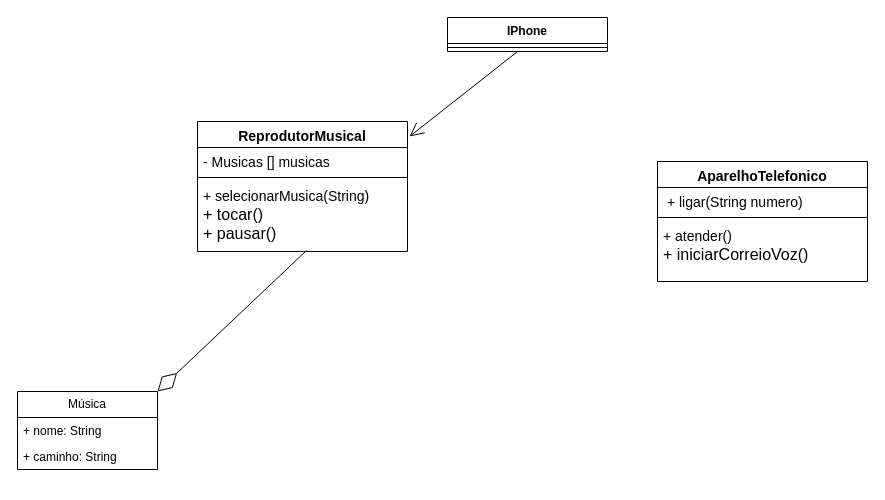
SilviaAuskas/Diagrama-o-de-Classes-do-iPhone keeps this draw.io diagram as Diagramação de Classes do iPhone.drawio. Above is the earlier version. Source tidied: cells renumbered, new cells numbered last; positions are measured from the earlier drawing's top-left corner, leaving out a move shared by most shapes. Both pictures are drawn from the tidied source at 100%, with x=0, y=0 at pixel (17, 17).
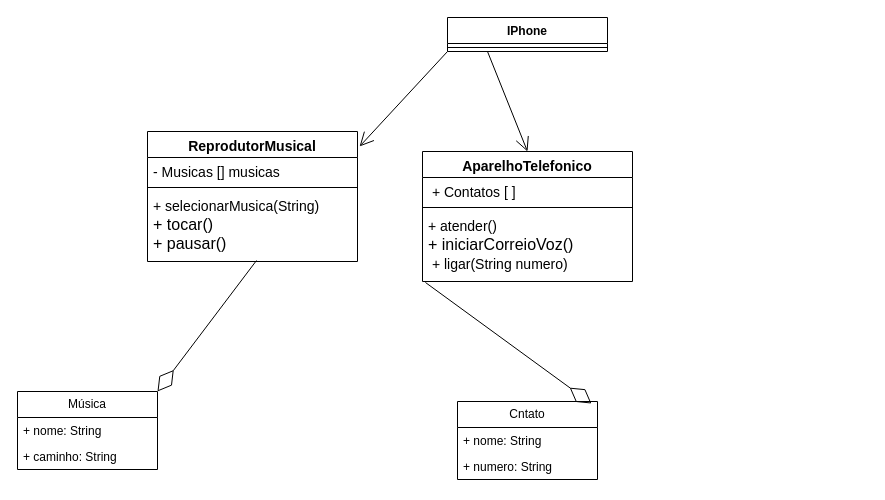
The same diagram, later.

The change refers to these unchanged cells:
```xml
<mxCell id="9" value="IPhone" style="swimlane;fontStyle=1;align=center;verticalAlign=top;horizontal=1;startSize=26;whiteSpace=wrap;html=1;" parent="1" vertex="1">
  <mxGeometry x="430" width="160" height="34" as="geometry" />
</mxCell>
<mxCell id="10" style="line;strokeWidth=1;fillColor=none;align=left;verticalAlign=middle;spacingTop=-1;spacingLeft=3;spacingRight=3;labelPosition=right;points=[];portConstraint=eastwest;strokeColor=inherit;" parent="9" vertex="1">
  <mxGeometry y="26" width="160" height="8" as="geometry" />
</mxCell>
```

Diff of the diagram source:
```diff
@@
     <mxCell id="2" value="&lt;font style=&quot;font-size: 14px;&quot;&gt;ReprodutorMusical&lt;/font&gt;" style="swimlane;fontStyle=1;align=center;verticalAlign=top;horizontal=1;startSize=26;whiteSpace=wrap;html=1;" parent="1" vertex="1">
-      <mxGeometry x="180" y="104" width="210" height="130" as="geometry" />
+      <mxGeometry x="130" y="114" width="210" height="130" as="geometry" />
     </mxCell>
@@
-    <mxCell id="12" style="endArrow=open;endFill=1;endSize=12;html=1;rounded=0;exitX=0.438;exitY=1;exitDx=0;exitDy=0;exitPerimeter=0;entryX=1.01;entryY=0.115;entryDx=0;entryDy=0;entryPerimeter=0;" parent="1" edge="1" source="10" target="2">
+    <mxCell id="12" style="endArrow=open;endFill=1;endSize=12;html=1;rounded=0;exitX=0;exitY=1;exitDx=0;exitDy=0;entryX=1.01;entryY=0.115;entryDx=0;entryDy=0;entryPerimeter=0;" parent="1" edge="1" source="9" target="2">
       <mxGeometry relative="1" as="geometry" />
     </mxCell>
     <mxCell id="13" value="&lt;font style=&quot;font-size: 14px;&quot;&gt;AparelhoTelefonico&lt;/font&gt;" style="swimlane;fontStyle=1;align=center;verticalAlign=top;horizontal=1;startSize=26;whiteSpace=wrap;html=1;" parent="1" vertex="1">
-      <mxGeometry x="640" y="144" width="210" height="120" as="geometry" />
+      <mxGeometry x="405" y="134" width="210" height="130" as="geometry" />
     </mxCell>
-    <mxCell id="14" value="&lt;font style=&quot;font-size: 14px;&quot;&gt;&amp;nbsp;+ &lt;span class=&quot;hljs-built_in&quot;&gt;ligar&lt;/span&gt;(String numero)&lt;/font&gt;" style="text;strokeColor=none;fillColor=none;align=left;verticalAlign=top;spacingLeft=4;spacingRight=4;overflow=hidden;whiteSpace=wrap;html=1;" parent="13" vertex="1">
+    <mxCell id="14" value="&lt;font style=&quot;font-size: 14px;&quot;&gt;&amp;nbsp;+ Contatos [ ]&lt;/font&gt;" style="text;strokeColor=none;fillColor=none;align=left;verticalAlign=top;spacingLeft=4;spacingRight=4;overflow=hidden;whiteSpace=wrap;html=1;" parent="13" vertex="1">
       <mxGeometry y="26" width="210" height="26" as="geometry" />
     </mxCell>
@@
-    <mxCell id="16" value="&lt;font style=&quot;font-size: 14px;&quot;&gt;+ &lt;span class=&quot;hljs-built_in&quot;&gt;atender&lt;/span&gt;()&lt;/font&gt;&lt;div&gt;&lt;font size=&quot;3&quot;&gt;+ &lt;span class=&quot;hljs-built_in&quot;&gt;iniciarCorreioVoz&lt;/span&gt;()&lt;/font&gt;&lt;br&gt;&lt;/div&gt;" style="text;strokeColor=none;fillColor=none;align=left;verticalAlign=top;spacingLeft=4;spacingRight=4;overflow=hidden;points=[[0,0.5],[1,0.5]];portConstraint=eastwest;whiteSpace=wrap;html=1;" parent="13" vertex="1">
-      <mxGeometry y="60" width="210" height="60" as="geometry" />
+    <mxCell id="16" value="&lt;font style=&quot;font-size: 14px;&quot;&gt;+ &lt;span class=&quot;hljs-built_in&quot;&gt;atender&lt;/span&gt;()&lt;/font&gt;&lt;div&gt;&lt;font size=&quot;3&quot;&gt;+ &lt;span class=&quot;hljs-built_in&quot;&gt;iniciarCorreioVoz&lt;/span&gt;()&lt;/font&gt;&lt;br&gt;&lt;/div&gt;&lt;div&gt;&lt;span style=&quot;font-size: 14px;&quot;&gt;&amp;nbsp;+&amp;nbsp;&lt;/span&gt;&lt;span style=&quot;font-size: 14px;&quot; class=&quot;hljs-built_in&quot;&gt;ligar&lt;/span&gt;&lt;span style=&quot;font-size: 14px;&quot;&gt;(String numero)&lt;/span&gt;&lt;font size=&quot;3&quot;&gt;&lt;br&gt;&lt;/font&gt;&lt;/div&gt;" style="text;strokeColor=none;fillColor=none;align=left;verticalAlign=top;spacingLeft=4;spacingRight=4;overflow=hidden;points=[[0,0.5],[1,0.5]];portConstraint=eastwest;whiteSpace=wrap;html=1;" parent="13" vertex="1">
+      <mxGeometry y="60" width="210" height="70" as="geometry" />
     </mxCell>
+    <mxCell id="17" value="Cntato" style="swimlane;fontStyle=0;horizontal=1;startSize=26;fillColor=none;whiteSpace=wrap;html=1;" parent="1" vertex="1">
+      <mxGeometry x="440" y="384" width="140" height="78" as="geometry" />
+    </mxCell>
+    <mxCell id="18" value="+ nome: String" style="text;strokeColor=none;fillColor=none;align=left;verticalAlign=top;spacingLeft=4;spacingRight=4;overflow=hidden;whiteSpace=wrap;html=1;" parent="17" vertex="1">
+      <mxGeometry y="26" width="140" height="26" as="geometry" />
+    </mxCell>
+    <mxCell id="19" value="+ numero: String" style="text;strokeColor=none;fillColor=none;align=left;verticalAlign=top;spacingLeft=4;spacingRight=4;overflow=hidden;whiteSpace=wrap;html=1;" parent="17" vertex="1">
+      <mxGeometry y="52" width="140" height="26" as="geometry" />
+    </mxCell>
+    <mxCell id="20" style="endArrow=diamondThin;endFill=0;endSize=24;html=1;rounded=0;exitX=0.014;exitY=1.014;exitDx=0;exitDy=0;exitPerimeter=0;entryX=0.957;entryY=0.026;entryDx=0;entryDy=0;entryPerimeter=0;" parent="1" edge="1" source="16" target="17">
+      <mxGeometry relative="1" as="geometry" />
+    </mxCell>
+    <mxCell id="21" style="endArrow=open;endFill=1;endSize=12;html=1;rounded=0;exitX=0.25;exitY=1;exitDx=0;exitDy=0;entryX=0.5;entryY=0;entryDx=0;entryDy=0;" parent="1" edge="1" source="9" target="13">
+      <mxGeometry relative="1" as="geometry" />
+    </mxCell>
```
